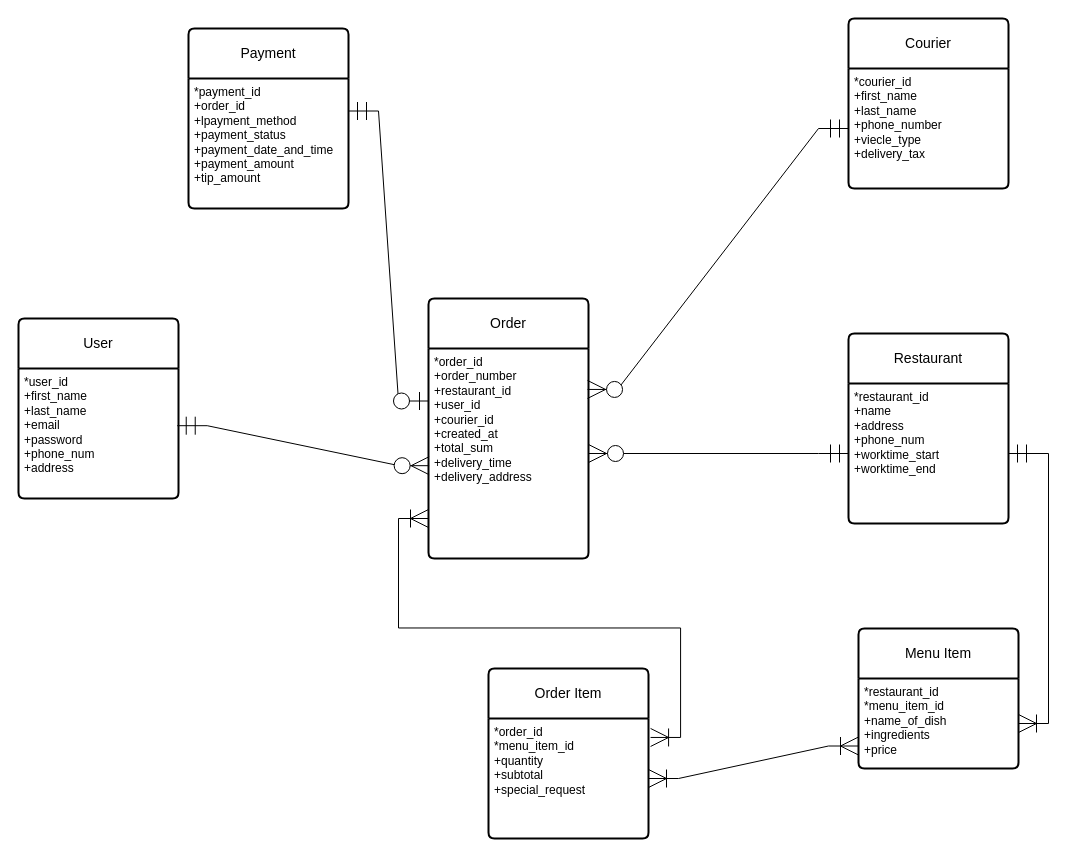
This is course-work/Implementations/GlovoCrowsNotation.drawio from mimiarabska/glovo-software-modeling-and-analysis-se, a draw.io file, before an edit. Source tidied: cells renumbered, new cells numbered last; positions are measured from the earlier drawing's top-left corner, leaving out a move shared by most shapes. Both pictures are drawn from the tidied source at 100%, with x=0, y=0 at pixel (18, 18).
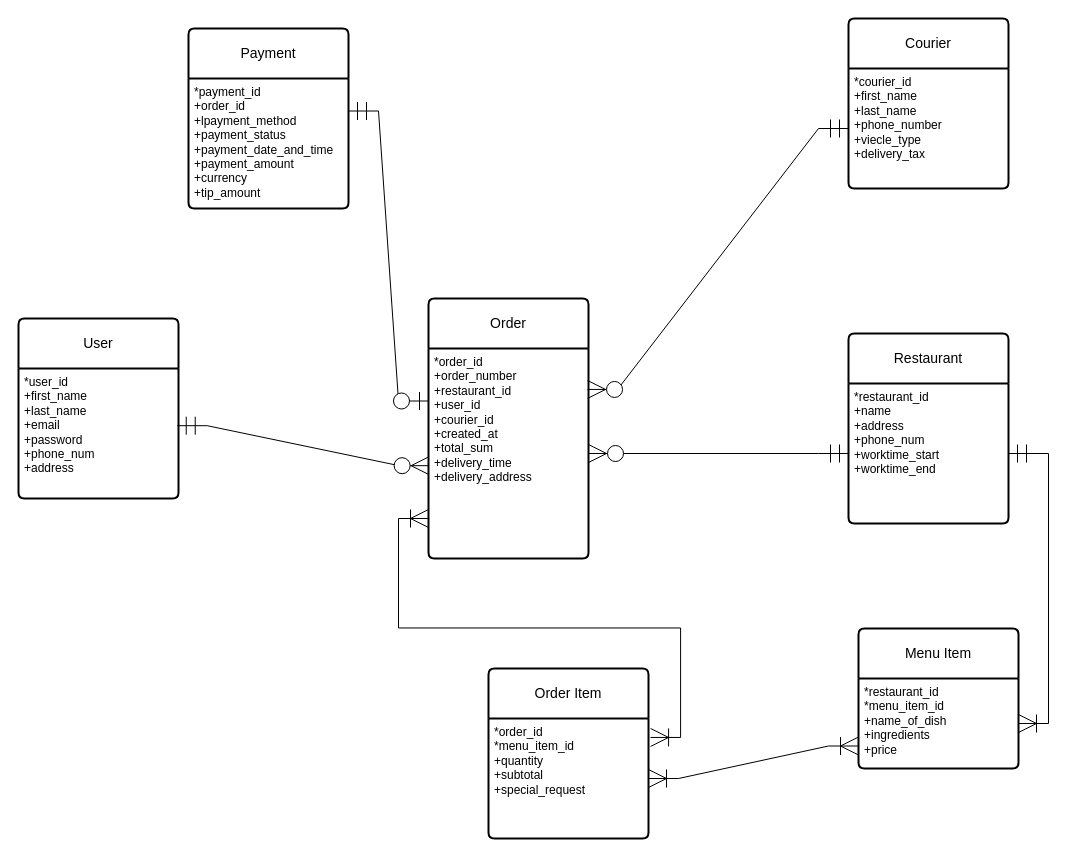
Above is the later version.

The change refers to these unchanged cells:
```xml
<mxCell id="14" value="Payment" style="swimlane;horizontal=1;startSize=50;rounded=1;fontSize=14;fontStyle=0;strokeWidth=2;shadow=0;dashed=0;align=center;arcSize=4;whiteSpace=wrap;html=1;" parent="1" vertex="1">
  <mxGeometry x="170" y="10" width="160" height="180" as="geometry" />
</mxCell>
```

What changed in the source:
```diff
@@
-    <mxCell id="15" value="*payment_id&lt;br&gt;+order_id&lt;div&gt;+lpayment_method&lt;/div&gt;&lt;div&gt;+payment_status&lt;/div&gt;&lt;div&gt;+payment_date_and_time&lt;/div&gt;&lt;div&gt;+payment_amount&lt;/div&gt;&lt;div&gt;+tip_amount&lt;/div&gt;&lt;div&gt;&lt;br&gt;&lt;/div&gt;" style="align=left;strokeColor=none;fillColor=none;spacingLeft=4;spacingRight=4;fontSize=12;verticalAlign=top;html=1;whiteSpace=wrap;" parent="14" vertex="1">
+    <mxCell id="15" value="*payment_id&lt;br&gt;+order_id&lt;div&gt;+lpayment_method&lt;/div&gt;&lt;div&gt;+payment_status&lt;/div&gt;&lt;div&gt;+payment_date_and_time&lt;/div&gt;&lt;div&gt;+payment_amount&lt;/div&gt;&lt;div&gt;+currency&lt;/div&gt;&lt;div&gt;+tip_amount&lt;/div&gt;&lt;div&gt;&lt;br&gt;&lt;/div&gt;" style="align=left;strokeColor=none;fillColor=none;spacingLeft=4;spacingRight=4;fontSize=12;verticalAlign=top;html=1;whiteSpace=wrap;" parent="14" vertex="1">
       <mxGeometry y="50" width="160" height="130" as="geometry" />
     </mxCell>
```
